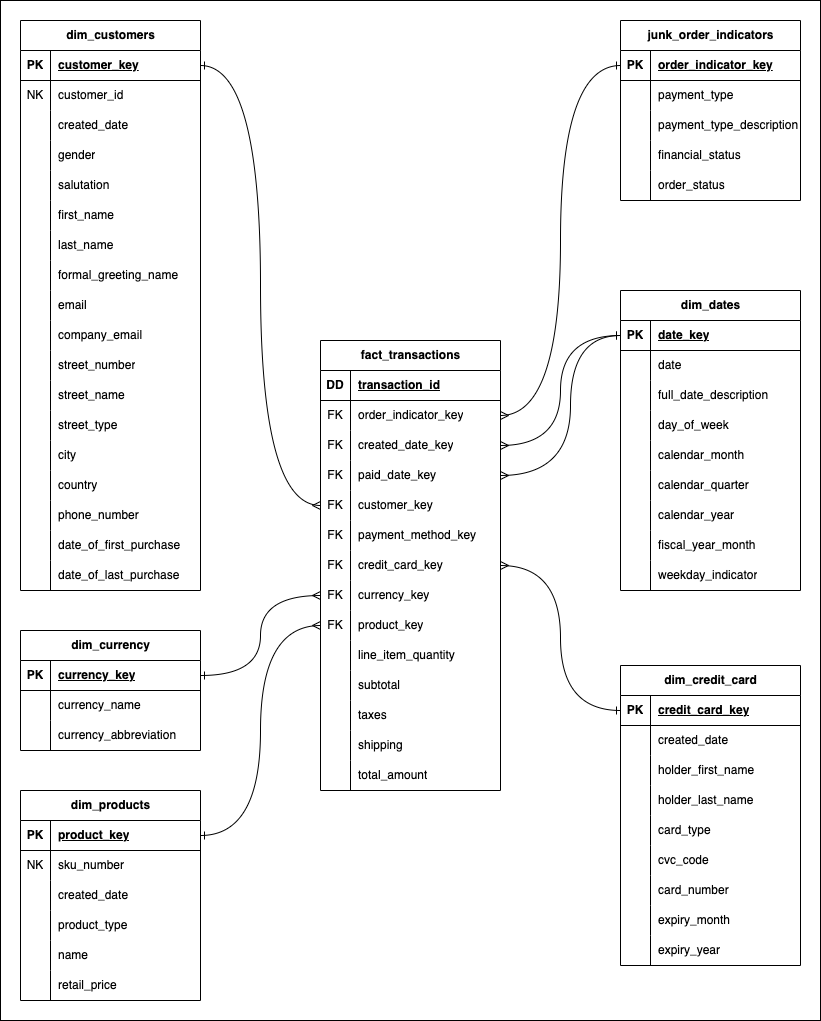
Before: slamco/assets/readme_sales_model.drawio.png, a diagram exported from draw.io (s-tlm/dbt-project). Source tidied: cells renumbered, new cells last; positions are measured from the earlier drawing's top-left corner, leaving out a move shared by most shapes.
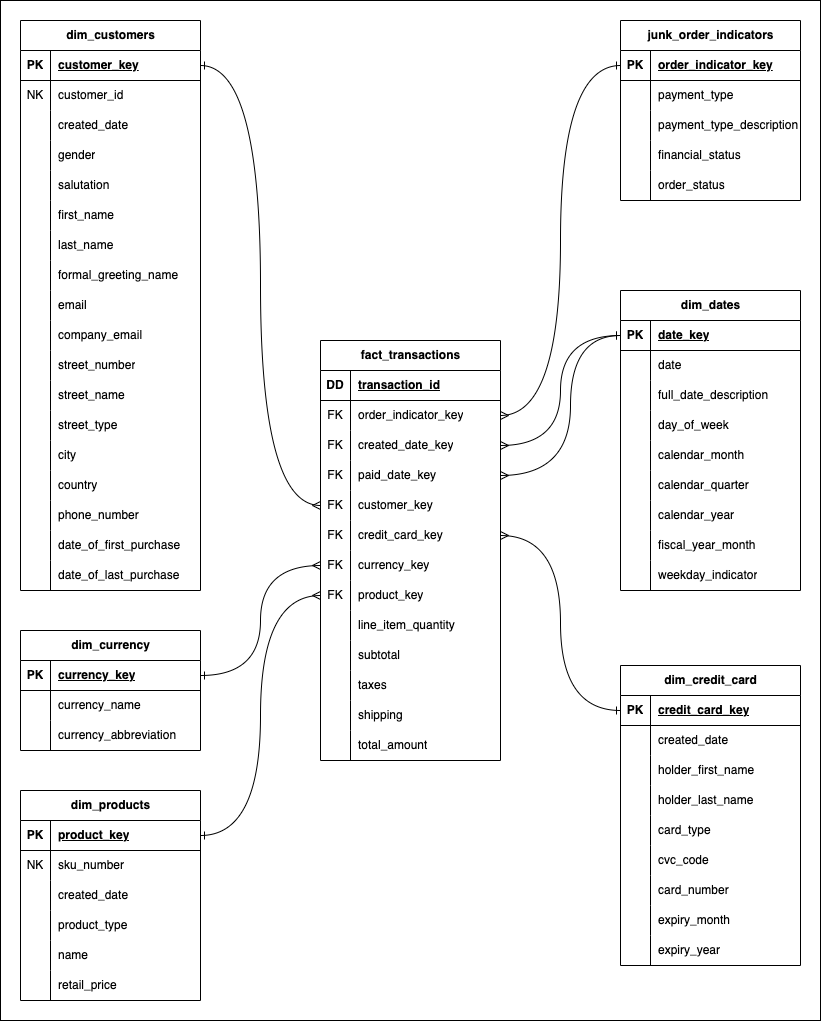
After the change.

What changed in the source:
```diff
@@ -228,7 +228,7 @@
       <mxGeometry x="30" width="150" height="30" as="geometry" />
     </mxCell>
     <mxCell id="77" value="fact_transactions" style="shape=table;startSize=30;rowLines=0;fontStyle=1;align=center;html=1;" parent="1" vertex="1">
-      <mxGeometry x="320" y="340" width="180" height="450" as="geometry" />
+      <mxGeometry x="320" y="340" width="180" height="420" as="geometry" />
     </mxCell>
     <mxCell id="78" style="shape=tableRow;horizontal=0;startSize=0;swimlaneHead=0;swimlaneBody=0;fillColor=none;top=0;left=0;right=0;bottom=1;" parent="77" vertex="1">
       <mxGeometry y="30" width="180" height="30" as="geometry" />
@@ -275,17 +275,8 @@
     <mxCell id="92" value="customer_key" style="shape=partialRectangle;fillColor=none;top=0;left=0;bottom=0;right=0;align=left;spacingLeft=6;overflow=hidden;whiteSpace=wrap;html=1;" parent="90" vertex="1">
       <mxGeometry x="30" width="150" height="30" as="geometry" />
     </mxCell>
-    <mxCell id="93" style="shape=tableRow;horizontal=0;startSize=0;swimlaneHead=0;swimlaneBody=0;fillColor=none;top=0;left=0;right=0;bottom=0;" parent="77" vertex="1">
-      <mxGeometry y="180" width="180" height="30" as="geometry" />
-    </mxCell>
-    <mxCell id="94" value="FK" style="shape=partialRectangle;fillColor=none;top=0;left=0;bottom=0;right=0;overflow=hidden;whiteSpace=wrap;html=1;" parent="93" vertex="1">
-      <mxGeometry width="30" height="30" as="geometry" />
-    </mxCell>
-    <mxCell id="95" value="payment_method_key" style="shape=partialRectangle;fillColor=none;top=0;left=0;bottom=0;right=0;align=left;spacingLeft=6;overflow=hidden;whiteSpace=wrap;html=1;" parent="93" vertex="1">
-      <mxGeometry x="30" width="150" height="30" as="geometry" />
-    </mxCell>
     <mxCell id="96" style="shape=tableRow;horizontal=0;startSize=0;swimlaneHead=0;swimlaneBody=0;fillColor=none;points=[[0,0.5],[1,0.5]];portConstraint=eastwest;top=0;left=0;right=0;bottom=0;" parent="77" vertex="1">
-      <mxGeometry y="210" width="180" height="30" as="geometry" />
+      <mxGeometry y="180" width="180" height="30" as="geometry" />
     </mxCell>
     <mxCell id="97" value="FK" style="shape=partialRectangle;fillColor=none;top=0;left=0;bottom=0;right=0;overflow=hidden;whiteSpace=wrap;html=1;" parent="96" vertex="1">
       <mxGeometry width="30" height="30" as="geometry" />
@@ -294,7 +285,7 @@
       <mxGeometry x="30" width="150" height="30" as="geometry" />
     </mxCell>
     <mxCell id="99" style="shape=tableRow;horizontal=0;startSize=0;swimlaneHead=0;swimlaneBody=0;fillColor=none;points=[[0,0.5],[1,0.5]];portConstraint=eastwest;top=0;left=0;right=0;bottom=0;" parent="77" vertex="1">
-      <mxGeometry y="240" width="180" height="30" as="geometry" />
+      <mxGeometry y="210" width="180" height="30" as="geometry" />
     </mxCell>
     <mxCell id="100" value="FK" style="shape=partialRectangle;fillColor=none;top=0;left=0;bottom=0;right=0;overflow=hidden;whiteSpace=wrap;html=1;" parent="99" vertex="1">
       <mxGeometry width="30" height="30" as="geometry" />
@@ -303,7 +294,7 @@
       <mxGeometry x="30" width="150" height="30" as="geometry" />
     </mxCell>
     <mxCell id="102" style="shape=tableRow;horizontal=0;startSize=0;swimlaneHead=0;swimlaneBody=0;fillColor=none;points=[[0,0.5],[1,0.5]];portConstraint=eastwest;top=0;left=0;right=0;bottom=0;" parent="77" vertex="1">
-      <mxGeometry y="270" width="180" height="30" as="geometry" />
+      <mxGeometry y="240" width="180" height="30" as="geometry" />
     </mxCell>
     <mxCell id="103" value="FK" style="shape=partialRectangle;fillColor=none;top=0;left=0;bottom=0;right=0;overflow=hidden;whiteSpace=wrap;html=1;" parent="102" vertex="1">
       <mxGeometry width="30" height="30" as="geometry" />
@@ -312,7 +303,7 @@
       <mxGeometry x="30" width="150" height="30" as="geometry" />
     </mxCell>
     <mxCell id="105" style="shape=tableRow;horizontal=0;startSize=0;swimlaneHead=0;swimlaneBody=0;fillColor=none;top=0;left=0;right=0;bottom=0;" parent="77" vertex="1">
-      <mxGeometry y="300" width="180" height="30" as="geometry" />
+      <mxGeometry y="270" width="180" height="30" as="geometry" />
     </mxCell>
     <mxCell id="106" style="shape=partialRectangle;fillColor=none;top=0;left=0;bottom=0;right=0;overflow=hidden;whiteSpace=wrap;html=1;" parent="105" vertex="1">
       <mxGeometry width="30" height="30" as="geometry" />
@@ -321,7 +312,7 @@
       <mxGeometry x="30" width="150" height="30" as="geometry" />
     </mxCell>
     <mxCell id="108" style="shape=tableRow;horizontal=0;startSize=0;swimlaneHead=0;swimlaneBody=0;fillColor=none;top=0;left=0;right=0;bottom=0;" parent="77" vertex="1">
-      <mxGeometry y="330" width="180" height="30" as="geometry" />
+      <mxGeometry y="300" width="180" height="30" as="geometry" />
     </mxCell>
     <mxCell id="109" style="shape=partialRectangle;fillColor=none;top=0;left=0;bottom=0;right=0;overflow=hidden;whiteSpace=wrap;html=1;" parent="108" vertex="1">
       <mxGeometry width="30" height="30" as="geometry" />
@@ -330,7 +321,7 @@
       <mxGeometry x="30" width="150" height="30" as="geometry" />
     </mxCell>
     <mxCell id="111" style="shape=tableRow;horizontal=0;startSize=0;swimlaneHead=0;swimlaneBody=0;fillColor=none;top=0;left=0;right=0;bottom=0;" parent="77" vertex="1">
-      <mxGeometry y="360" width="180" height="30" as="geometry" />
+      <mxGeometry y="330" width="180" height="30" as="geometry" />
     </mxCell>
     <mxCell id="112" style="shape=partialRectangle;fillColor=none;top=0;left=0;bottom=0;right=0;overflow=hidden;whiteSpace=wrap;html=1;" parent="111" vertex="1">
       <mxGeometry width="30" height="30" as="geometry" />
@@ -339,7 +330,7 @@
       <mxGeometry x="30" width="150" height="30" as="geometry" />
     </mxCell>
     <mxCell id="114" style="shape=tableRow;horizontal=0;startSize=0;swimlaneHead=0;swimlaneBody=0;fillColor=none;top=0;left=0;right=0;bottom=0;" parent="77" vertex="1">
-      <mxGeometry y="390" width="180" height="30" as="geometry" />
+      <mxGeometry y="360" width="180" height="30" as="geometry" />
     </mxCell>
     <mxCell id="115" style="shape=partialRectangle;fillColor=none;top=0;left=0;bottom=0;right=0;overflow=hidden;whiteSpace=wrap;html=1;" parent="114" vertex="1">
       <mxGeometry width="30" height="30" as="geometry" />
@@ -348,7 +339,7 @@
       <mxGeometry x="30" width="150" height="30" as="geometry" />
     </mxCell>
     <mxCell id="117" style="shape=tableRow;horizontal=0;startSize=0;swimlaneHead=0;swimlaneBody=0;fillColor=none;top=0;left=0;right=0;bottom=0;" parent="77" vertex="1">
-      <mxGeometry y="420" width="180" height="30" as="geometry" />
+      <mxGeometry y="390" width="180" height="30" as="geometry" />
     </mxCell>
     <mxCell id="118" style="shape=partialRectangle;fillColor=none;top=0;left=0;bottom=0;right=0;overflow=hidden;whiteSpace=wrap;html=1;" parent="117" vertex="1">
       <mxGeometry width="30" height="30" as="geometry" />
```
